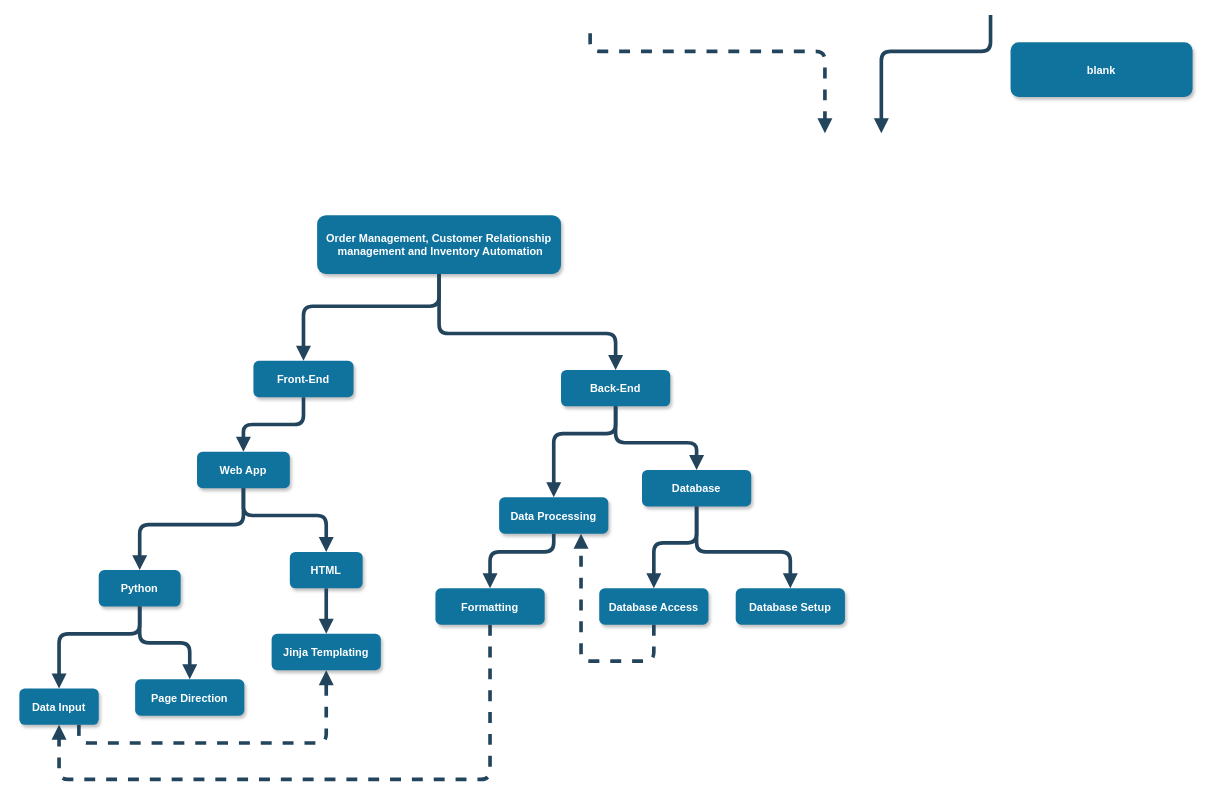
Before: documentedDesignPlan.drawio in james-cole-174/NEA, a draw.io diagram. Source tidied: cells renumbered, new cells numbered last; positions are measured from the earlier drawing's top-left corner, leaving out a move shared by most shapes. Both pictures are drawn from the tidied source at 91%, with x=0, y=0 at pixel (-47, 15).
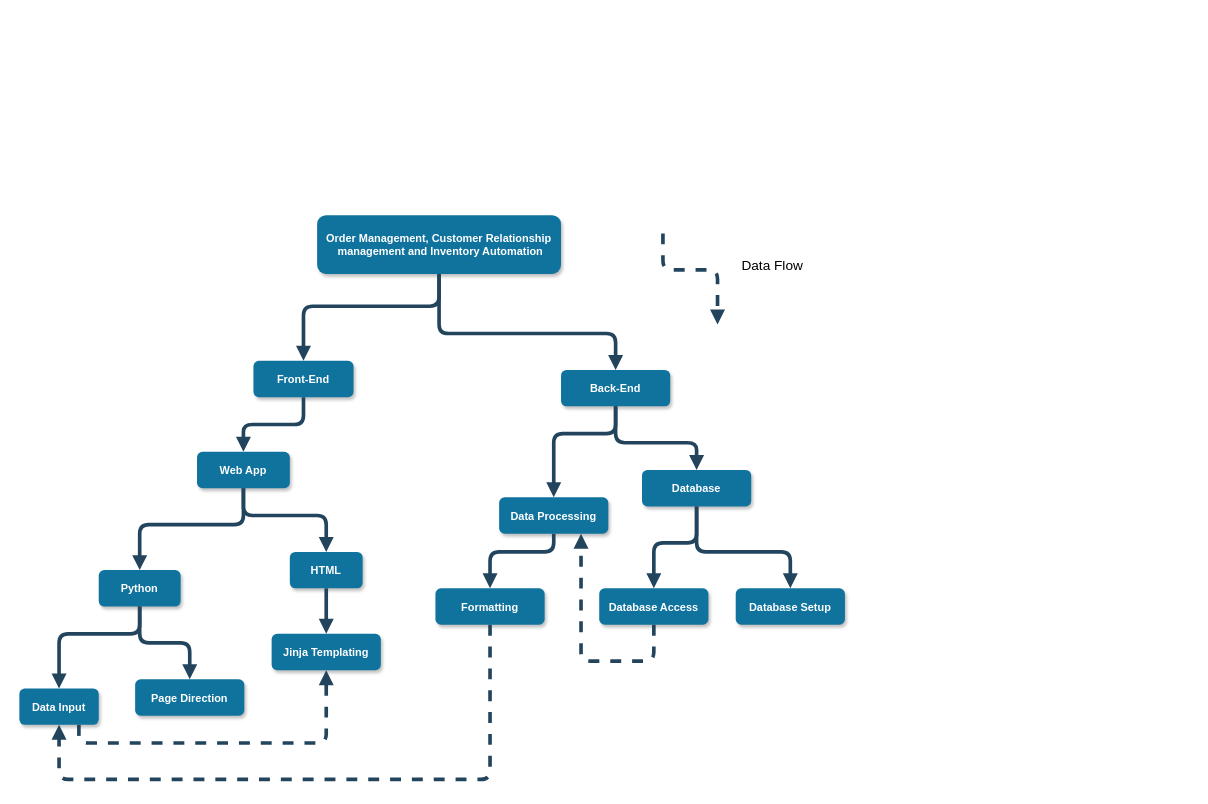
Above is the later version.

Diff of the diagram source:
```diff
@@
     <mxCell id="3" style="edgeStyle=elbowEdgeStyle;elbow=vertical;strokeWidth=4;endArrow=block;endFill=1;fontStyle=1;dashed=1;strokeColor=#23445D;" parent="1" edge="1">
-      <mxGeometry x="36" y="-74.5" as="geometry">
-        <mxPoint x="700" y="20" as="sourcePoint" />
-        <mxPoint x="958" y="130" as="targetPoint" />
+      <mxGeometry x="116" y="145.5" as="geometry">
+        <mxPoint x="780" y="240" as="sourcePoint" />
+        <mxPoint x="840" y="340" as="targetPoint" />
         <Array as="points">
-          <mxPoint x="1008" y="40" />
+          <mxPoint x="820" y="280" />
         </Array>
       </mxGeometry>
     </mxCell>
-    <mxCell id="4" style="edgeStyle=elbowEdgeStyle;elbow=vertical;strokeWidth=4;endArrow=block;endFill=1;fontStyle=1;strokeColor=#23445D;" parent="1" edge="1">
-      <mxGeometry x="390" y="-54.5" as="geometry">
-        <mxPoint x="1140" as="sourcePoint" />
-        <mxPoint x="1020" y="130" as="targetPoint" />
-        <Array as="points">
-          <mxPoint x="1090" y="40" />
-        </Array>
-      </mxGeometry>
-    </mxCell>
-    <mxCell id="5" value="blank" style="rounded=1;fillColor=#10739E;strokeColor=none;shadow=1;gradientColor=none;fontStyle=1;fontColor=#FFFFFF;fontSize=12;" parent="1" vertex="1">
-      <mxGeometry x="1162" y="30" width="200" height="60" as="geometry" />
-    </mxCell>
@@
+    <mxCell id="35" value="&lt;font style=&quot;font-size: 15px&quot;&gt;Data Flow&lt;/font&gt;" style="text;html=1;align=center;verticalAlign=middle;" parent="1" vertex="1">
+      <mxGeometry x="860" y="264.5" width="80" height="20" as="geometry" />
+    </mxCell>
```
